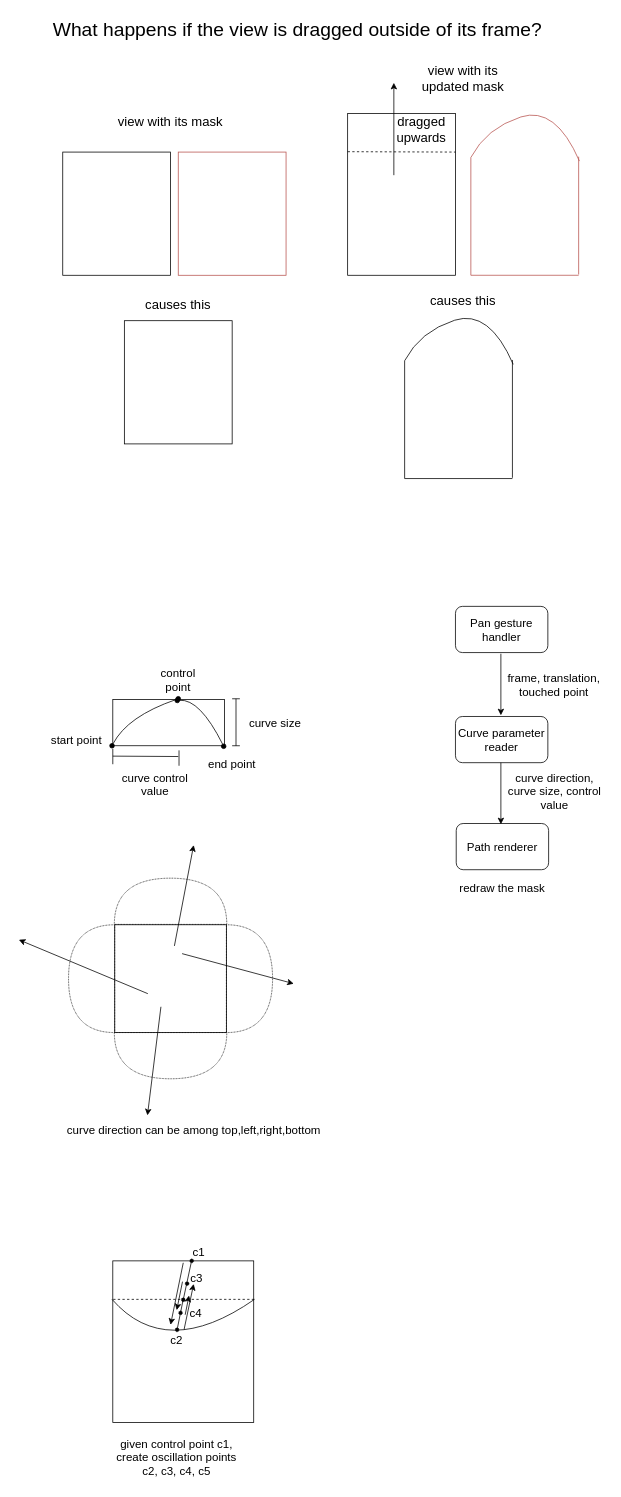
Above: curveControlOscillation.drawio in pearl7721User1/DrawIOs (draw.io), before the change. Source tidied: cells renumbered, new cells numbered last; positions are measured from the earlier drawing's top-left corner, leaving out a move shared by most shapes. Both pictures are drawn from the tidied source at 77%, with x=0, y=0 at pixel (18, 13).
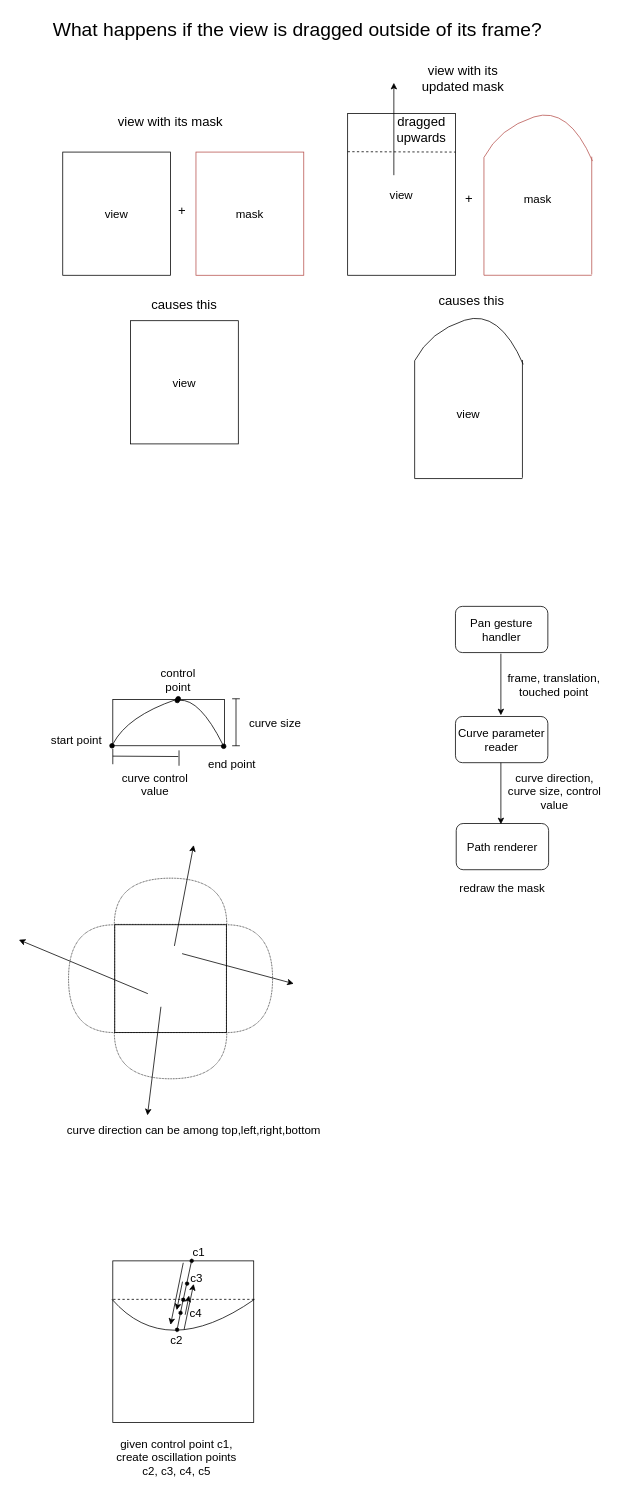
The same diagram, later.

Change to the diagram source:
```diff
@@
-    <mxCell id="2" style="rounded=0;whiteSpace=wrap;html=1;" parent="1" vertex="1">
+    <mxCell id="2" value="&lt;font style=&quot;font-size: 15px&quot;&gt;view&lt;/font&gt;" style="rounded=0;whiteSpace=wrap;html=1;" parent="1" vertex="1">
       <mxGeometry x="57" y="180" width="140" height="160" as="geometry" />
     </mxCell>
-    <mxCell id="3" style="rounded=0;whiteSpace=wrap;html=1;" parent="1" vertex="1">
+    <mxCell id="3" value="&lt;font style=&quot;font-size: 15px&quot;&gt;view&lt;/font&gt;" style="rounded=0;whiteSpace=wrap;html=1;" parent="1" vertex="1">
       <mxGeometry x="427" y="130" width="140" height="210" as="geometry" />
     </mxCell>
-    <mxCell id="4" style="rounded=0;whiteSpace=wrap;html=1;fillColor=none;strokeColor=#b85450;" parent="1" vertex="1">
-      <mxGeometry x="207" y="180" width="140" height="160" as="geometry" />
+    <mxCell id="4" value="&lt;font style=&quot;font-size: 15px&quot;&gt;mask&lt;/font&gt;" style="rounded=0;whiteSpace=wrap;html=1;fillColor=none;strokeColor=#b85450;" parent="1" vertex="1">
+      <mxGeometry x="230" y="180" width="140" height="160" as="geometry" />
     </mxCell>
@@
     <mxCell id="10" style="group;" parent="1" vertex="1">
-      <mxGeometry x="587" y="120" width="140" height="220" as="geometry" />
+      <mxGeometry x="604" y="120" width="140" height="220" as="geometry" />
     </mxCell>
@@
+    <mxCell id="79" value="mask" style="text;html=1;strokeColor=none;fillColor=none;align=center;verticalAlign=middle;whiteSpace=wrap;rounded=0;fontSize=15;" parent="10" vertex="1">
+      <mxGeometry x="25" y="100" width="90" height="40" as="geometry" />
+    </mxCell>
-    <mxCell id="15" style="rounded=0;whiteSpace=wrap;html=1;" parent="1" vertex="1">
-      <mxGeometry x="137" y="399" width="140" height="160" as="geometry" />
+    <mxCell id="15" value="&lt;font style=&quot;font-size: 15px&quot;&gt;view&lt;/font&gt;" style="rounded=0;whiteSpace=wrap;html=1;" parent="1" vertex="1">
+      <mxGeometry x="145" y="399" width="140" height="160" as="geometry" />
     </mxCell>
     <mxCell id="16" value="causes this" style="text;html=1;strokeColor=none;fillColor=none;align=center;verticalAlign=middle;whiteSpace=wrap;rounded=0;fontSize=17;" parent="1" vertex="1">
-      <mxGeometry x="137" y="359" width="140" height="40" as="geometry" />
+      <mxGeometry x="145" y="359" width="140" height="40" as="geometry" />
     </mxCell>
     <mxCell id="17" value="causes this" style="text;html=1;strokeColor=none;fillColor=none;align=center;verticalAlign=middle;whiteSpace=wrap;rounded=0;fontSize=17;" parent="1" vertex="1">
-      <mxGeometry x="507" y="354" width="140" height="40" as="geometry" />
+      <mxGeometry x="518" y="354" width="140" height="40" as="geometry" />
     </mxCell>
     <mxCell id="18" style="group;" parent="1" vertex="1">
-      <mxGeometry x="501" y="384" width="140" height="220" as="geometry" />
+      <mxGeometry x="514" y="384" width="140" height="220" as="geometry" />
     </mxCell>
@@
+    <mxCell id="80" value="view" style="text;html=1;strokeColor=none;fillColor=none;align=center;verticalAlign=middle;whiteSpace=wrap;rounded=0;dashed=1;dashPattern=1 1;fontSize=15;" parent="18" vertex="1">
+      <mxGeometry x="50" y="126" width="40" height="20" as="geometry" />
+    </mxCell>
@@
+    <mxCell id="81" value="+" style="text;html=1;strokeColor=none;fillColor=none;align=center;verticalAlign=middle;whiteSpace=wrap;rounded=0;fontSize=17;" parent="1" vertex="1">
+      <mxGeometry x="196" y="237" width="32" height="40" as="geometry" />
+    </mxCell>
+    <mxCell id="82" value="+" style="text;html=1;strokeColor=none;fillColor=none;align=center;verticalAlign=middle;whiteSpace=wrap;rounded=0;fontSize=17;" parent="1" vertex="1">
+      <mxGeometry x="569" y="222" width="32" height="40" as="geometry" />
+    </mxCell>
```
